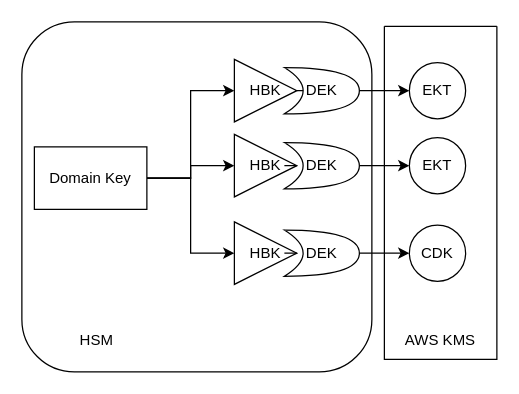
The draw.io diagram kms-key-hierarchy.drawio in deepakcpakhale06/mindmaps, before the edit. Source tidied: cells renumbered, new cells numbered last; positions are measured from the earlier drawing's top-left corner, leaving out a move shared by most shapes. Both pictures are drawn from the tidied source at 125%, with x=0, y=0 at pixel (21, 21).
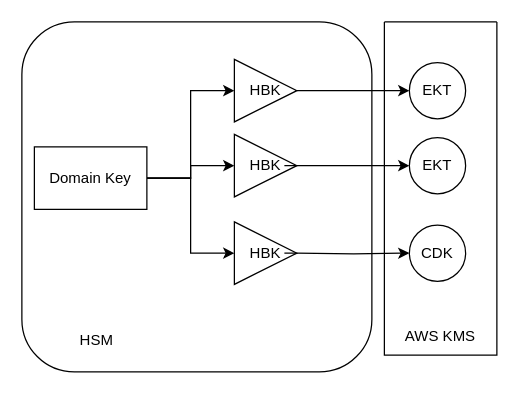
Above is the later version.

Unchanged cells that the change refers to:
```xml
<mxCell id="10" value="HBK" style="triangle;whiteSpace=wrap;html=1;" parent="1" vertex="1">
  <mxGeometry x="170" y="90" width="50" height="50" as="geometry" />
</mxCell>
<mxCell id="12" value="HBK" style="triangle;whiteSpace=wrap;html=1;" parent="1" vertex="1">
  <mxGeometry x="170" y="160" width="50" height="50" as="geometry" />
</mxCell>
<mxCell id="15" value="CDK" style="ellipse;whiteSpace=wrap;html=1;" parent="1" vertex="1">
  <mxGeometry x="310" y="162.5" width="45" height="45" as="geometry" />
</mxCell>
```

What changed in the source:
```diff
@@
-    <mxCell id="9" style="edgeStyle=orthogonalEdgeStyle;rounded=0;jettySize=auto;html=1;exitX=1;exitY=0.5;exitDx=0;exitDy=0;entryX=0;entryY=0.5;entryDx=0;entryDy=0;startArrow=none;" parent="1" edge="1" source="17" target="14">
+    <mxCell id="9" style="edgeStyle=orthogonalEdgeStyle;rounded=0;jettySize=auto;html=1;exitX=1;exitY=0.5;exitDx=0;exitDy=0;entryX=0;entryY=0.5;entryDx=0;entryDy=0;startArrow=none;" parent="1" edge="1" source="10" target="14">
       <mxGeometry relative="1" as="geometry" />
     </mxCell>
@@
-    <mxCell id="11" style="edgeStyle=orthogonalEdgeStyle;rounded=0;jettySize=auto;html=1;exitX=1;exitY=0.5;exitDx=0;exitDy=0;entryX=0;entryY=0.5;entryDx=0;entryDy=0;startArrow=none;" parent="1" edge="1" source="19" target="15">
-      <mxGeometry relative="1" as="geometry" />
+    <mxCell id="11" style="edgeStyle=orthogonalEdgeStyle;rounded=0;jettySize=auto;html=1;entryX=0;entryY=0.5;entryDx=0;entryDy=0;startArrow=none;" parent="1" edge="1" target="15">
+      <mxGeometry relative="1" as="geometry">
+        <mxPoint x="220" y="185" as="sourcePoint" />
+      </mxGeometry>
     </mxCell>
@@
-    <mxCell id="14" value="EKT" style="ellipse;whiteSpace=wrap;html=1;" parent="1" vertex="1">
-      <mxGeometry x="310" y="92.5" width="45" height="45" as="geometry" />
-    </mxCell>
@@
-    <mxCell id="16" value="DEK" style="shape=xor;whiteSpace=wrap;html=1;" parent="1" vertex="1">
-      <mxGeometry x="210" y="36.5" width="60" height="37" as="geometry" />
-    </mxCell>
-    <mxCell id="17" value="DEK" style="shape=xor;whiteSpace=wrap;html=1;" parent="1" vertex="1">
-      <mxGeometry x="210" y="96.5" width="60" height="37" as="geometry" />
-    </mxCell>
-    <mxCell id="18" style="edgeStyle=orthogonalEdgeStyle;rounded=0;jettySize=auto;html=1;exitX=1;exitY=0.5;exitDx=0;exitDy=0;entryX=0;entryY=0.5;entryDx=0;entryDy=0;endArrow=none;" parent="1" edge="1" source="10" target="17">
-      <mxGeometry relative="1" as="geometry" />
+    <mxCell id="18" style="edgeStyle=orthogonalEdgeStyle;rounded=0;jettySize=auto;html=1;exitX=1;exitY=0.5;exitDx=0;exitDy=0;entryX=0;entryY=0.5;entryDx=0;entryDy=0;endArrow=none;" parent="1" edge="1" source="10">
+      <mxGeometry relative="1" as="geometry">
+        <mxPoint x="210" y="115" as="targetPoint" />
+      </mxGeometry>
     </mxCell>
-    <mxCell id="19" value="DEK" style="shape=xor;whiteSpace=wrap;html=1;" parent="1" vertex="1">
-      <mxGeometry x="210" y="166.5" width="60" height="37" as="geometry" />
-    </mxCell>
-    <mxCell id="20" style="edgeStyle=orthogonalEdgeStyle;rounded=0;jettySize=auto;html=1;exitX=1;exitY=0.5;exitDx=0;exitDy=0;entryX=0;entryY=0.5;entryDx=0;entryDy=0;endArrow=none;" parent="1" edge="1" source="12" target="19">
-      <mxGeometry relative="1" as="geometry" />
+    <mxCell id="20" style="edgeStyle=orthogonalEdgeStyle;rounded=0;jettySize=auto;html=1;exitX=1;exitY=0.5;exitDx=0;exitDy=0;entryX=0;entryY=0.5;entryDx=0;entryDy=0;endArrow=none;" parent="1" edge="1" source="12">
+      <mxGeometry relative="1" as="geometry">
+        <mxPoint x="210" y="185" as="targetPoint" />
+      </mxGeometry>
     </mxCell>
@@
     <mxCell id="22" style="swimlane;startSize=0;" parent="1" vertex="1">
-      <mxGeometry x="290" y="3.5" width="90" height="266.5" as="geometry" />
+      <mxGeometry x="290" width="90" height="266.5" as="geometry" />
     </mxCell>
@@
+    <mxCell id="14" value="EKT" style="ellipse;whiteSpace=wrap;html=1;" parent="1" vertex="1">
+      <mxGeometry x="310" y="92.5" width="45" height="45" as="geometry" />
+    </mxCell>
```
